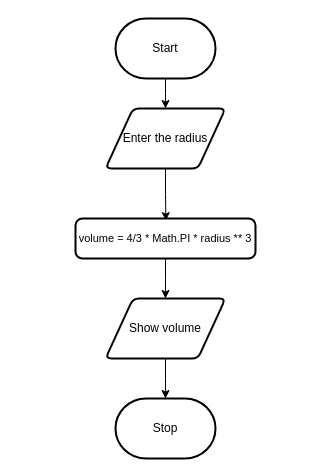
This is design/flowchart.drawio from MTHS-ICD2O-1-2024/ICD2O-Unit-3-03-Domenic-dangelo, a draw.io file, before an edit. Source tidied: cells renumbered, new cells numbered last; positions are measured from the earlier drawing's top-left corner, leaving out a move shared by most shapes. Both pictures are drawn from the tidied source at 100%, with x=0, y=0 at pixel (75, 18).
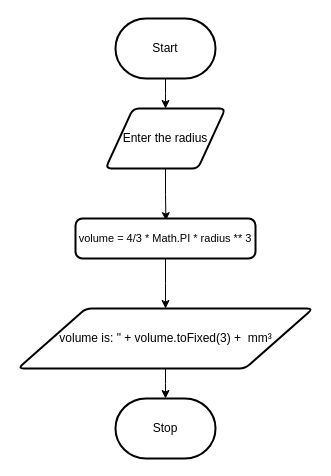
After the change.

Commit message (it also covers changes not shown here):
better flowchart

Change to the diagram source:
```diff
@@
 <mxGraphModel>
   <root>
     <mxCell id="0" />
     <mxCell id="1" parent="0" />
     <mxCell id="2" value="Start" style="strokeWidth=2;html=1;shape=mxgraph.flowchart.terminator;whiteSpace=wrap;" parent="1" vertex="1">
       <mxGeometry x="40" width="100" height="60" as="geometry" />
     </mxCell>
     <mxCell id="3" value="Stop" style="strokeWidth=2;html=1;shape=mxgraph.flowchart.terminator;whiteSpace=wrap;" parent="1" vertex="1">
       <mxGeometry x="40" y="380" width="100" height="60" as="geometry" />
     </mxCell>
     <mxCell id="4" style="edgeStyle=elbowEdgeStyle;shape=connector;rounded=0;elbow=vertical;html=1;exitX=0.5;exitY=1;exitDx=0;exitDy=0;entryX=0.587;entryY=0.035;entryDx=0;entryDy=0;strokeColor=default;align=center;verticalAlign=middle;fontFamily=Helvetica;fontSize=11;fontColor=default;labelBackgroundColor=default;endArrow=classic;entryPerimeter=0;" parent="1" edge="1" source="5">
       <mxGeometry relative="1" as="geometry">
         <mxPoint x="90.4" y="202.1" as="targetPoint" />
       </mxGeometry>
     </mxCell>
     <mxCell id="5" value="&lt;div&gt;&lt;span style=&quot;background-color: transparent;&quot;&gt;Enter the radius&lt;/span&gt;&lt;/div&gt;" style="shape=parallelogram;html=1;strokeWidth=2;perimeter=parallelogramPerimeter;whiteSpace=wrap;rounded=1;arcSize=12;size=0.23;" parent="1" vertex="1">
       <mxGeometry x="30" y="90" width="120" height="60" as="geometry" />
     </mxCell>
     <mxCell id="6" style="edgeStyle=elbowEdgeStyle;html=1;exitX=0.5;exitY=1;exitDx=0;exitDy=0;exitPerimeter=0;entryX=0.5;entryY=0;entryDx=0;entryDy=0;rounded=0;elbow=vertical;" parent="1" edge="1" source="2" target="5">
       <mxGeometry relative="1" as="geometry" />
     </mxCell>
     <mxCell id="7" style="edgeStyle=elbowEdgeStyle;shape=connector;rounded=0;elbow=vertical;html=1;exitX=0.5;exitY=1;exitDx=0;exitDy=0;entryX=0.5;entryY=0;entryDx=0;entryDy=0;strokeColor=default;align=center;verticalAlign=middle;fontFamily=Helvetica;fontSize=11;fontColor=default;labelBackgroundColor=default;endArrow=classic;" parent="1" edge="1" source="8" target="9">
       <mxGeometry relative="1" as="geometry" />
     </mxCell>
     <mxCell id="8" value="volume = 4/3 *&amp;nbsp;Math.PI * radius ** 3" style="rounded=1;whiteSpace=wrap;html=1;absoluteArcSize=1;arcSize=14;strokeWidth=2;fontFamily=Helvetica;fontSize=11;fontColor=default;labelBackgroundColor=default;" parent="1" vertex="1">
       <mxGeometry y="200" width="180" height="40" as="geometry" />
     </mxCell>
-    <mxCell id="9" value="Show volume" style="shape=parallelogram;html=1;strokeWidth=2;perimeter=parallelogramPerimeter;whiteSpace=wrap;rounded=1;arcSize=12;size=0.23;" parent="1" vertex="1">
-      <mxGeometry x="30" y="280" width="120" height="60" as="geometry" />
+    <mxCell id="9" value="volume is: &quot; + volume.toFixed(3) +&amp;nbsp; mm³" style="shape=parallelogram;html=1;strokeWidth=2;perimeter=parallelogramPerimeter;whiteSpace=wrap;rounded=1;arcSize=12;size=0.23;" parent="1" vertex="1">
+      <mxGeometry x="-57.5" y="290" width="295" height="60" as="geometry" />
     </mxCell>
     <mxCell id="10" style="edgeStyle=elbowEdgeStyle;shape=connector;rounded=0;elbow=vertical;html=1;exitX=0.5;exitY=1;exitDx=0;exitDy=0;entryX=0.5;entryY=0;entryDx=0;entryDy=0;entryPerimeter=0;strokeColor=default;align=center;verticalAlign=middle;fontFamily=Helvetica;fontSize=11;fontColor=default;labelBackgroundColor=default;endArrow=classic;" parent="1" edge="1" source="9" target="3">
       <mxGeometry relative="1" as="geometry" />
     </mxCell>
   </root>
 </mxGraphModel>
```
